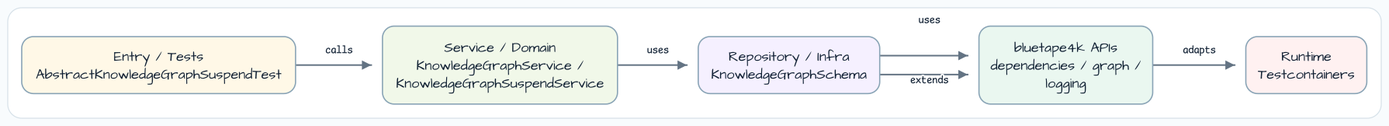
Before: docs/images/readme-diagrams/graph-knowledge-graph-readme-architecture-01.png, a diagram exported from Graphviz (bluetape4k/bluetape4k-workshop). Its source is kept beside it as docs/images/readme-diagrams/graph-knowledge-graph-readme-architecture-01.dot. Its diagram source:
```dot
digraph G {
  graph [
    rankdir=LR,
    bgcolor="white",
    pad="0.35",
    nodesep="0.55",
    ranksep="0.75",
    splines=ortho,
    outputorder=edgesfirst
  ];
  node [
    shape=box,
    style="rounded,filled",
    penwidth=1.4,
    color="#88A3B5",
    fillcolor="#F6FAFF",
    fontname="Architects Daughter",
    fontsize=14,
    margin="0.14,0.10"
  ];
  edge [
    color="#637383",
    arrowsize=0.8,
    penwidth=1.5,
    fontname="Comic Mono",
    fontsize=11
  ];

  entry [label="Entry / Tests\nAbstractKnowledgeGraphSuspendTest", fillcolor="#FFF8E7"];
  service [label="Service / Domain\nKnowledgeGraphService /\nKnowledgeGraphSuspendService", fillcolor="#F1F8E9"];
  infra [label="Repository / Infra\nKnowledgeGraphSchema", fillcolor="#F5F0FF"];
  bt [label="bluetape4k APIs\ndependencies / graph /\nlogging", fillcolor="#EAF7F0"];
  runtime [label="Runtime\nTestcontainers", fillcolor="#FFF1F1"];

  entry -> service [label="calls"];
  service -> infra [label="uses"];
  infra -> bt [label="uses"];
  infra -> bt [label="extends"];
  bt -> runtime [label="adapts"];
}
```
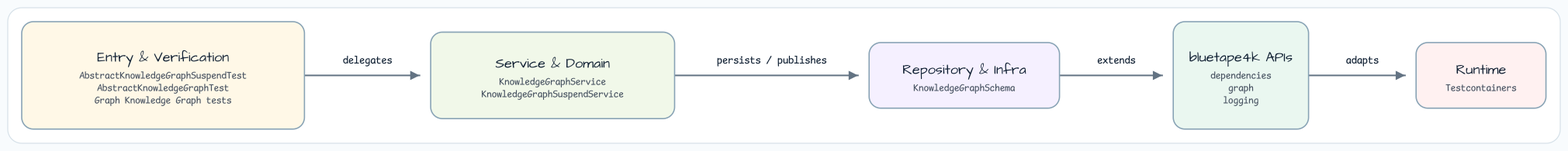
After the change.

Diff of the diagram source:
```diff
@@ -3,8 +3,8 @@
     rankdir=LR,
     bgcolor="white",
     pad="0.35",
-    nodesep="0.55",
-    ranksep="0.75",
+    nodesep="0.70",
+    ranksep="0.95",
     splines=ortho,
     outputorder=edgesfirst
   ];
@@ -16,7 +16,7 @@
     fillcolor="#F6FAFF",
     fontname="Architects Daughter",
     fontsize=14,
-    margin="0.14,0.10"
+    margin="0.20,0.16"
   ];
   edge [
     color="#637383",
@@ -26,15 +26,14 @@
     fontsize=11
   ];
 
-  entry [label="Entry / Tests\nAbstractKnowledgeGraphSuspendTest", fillcolor="#FFF8E7"];
-  service [label="Service / Domain\nKnowledgeGraphService /\nKnowledgeGraphSuspendService", fillcolor="#F1F8E9"];
-  infra [label="Repository / Infra\nKnowledgeGraphSchema", fillcolor="#F5F0FF"];
-  bt [label="bluetape4k APIs\ndependencies / graph /\nlogging", fillcolor="#EAF7F0"];
+  entry [label="Entry & Verification\nAbstractKnowledgeGraphSuspendTest\nAbstractKnowledgeGraphTest\nGraph Knowledge Graph tests", fillcolor="#FFF8E7"];
+  service [label="Service & Domain\nKnowledgeGraphService\nKnowledgeGraphSuspendService", fillcolor="#F1F8E9"];
+  infra [label="Repository & Infra\nKnowledgeGraphSchema", fillcolor="#F5F0FF"];
+  bt [label="bluetape4k APIs\ndependencies\ngraph\nlogging", fillcolor="#EAF7F0"];
   runtime [label="Runtime\nTestcontainers", fillcolor="#FFF1F1"];
 
-  entry -> service [label="calls"];
-  service -> infra [label="uses"];
-  infra -> bt [label="uses"];
+  entry -> service [label="delegates"];
+  service -> infra [label="persists / publishes"];
   infra -> bt [label="extends"];
   bt -> runtime [label="adapts"];
 }
```
